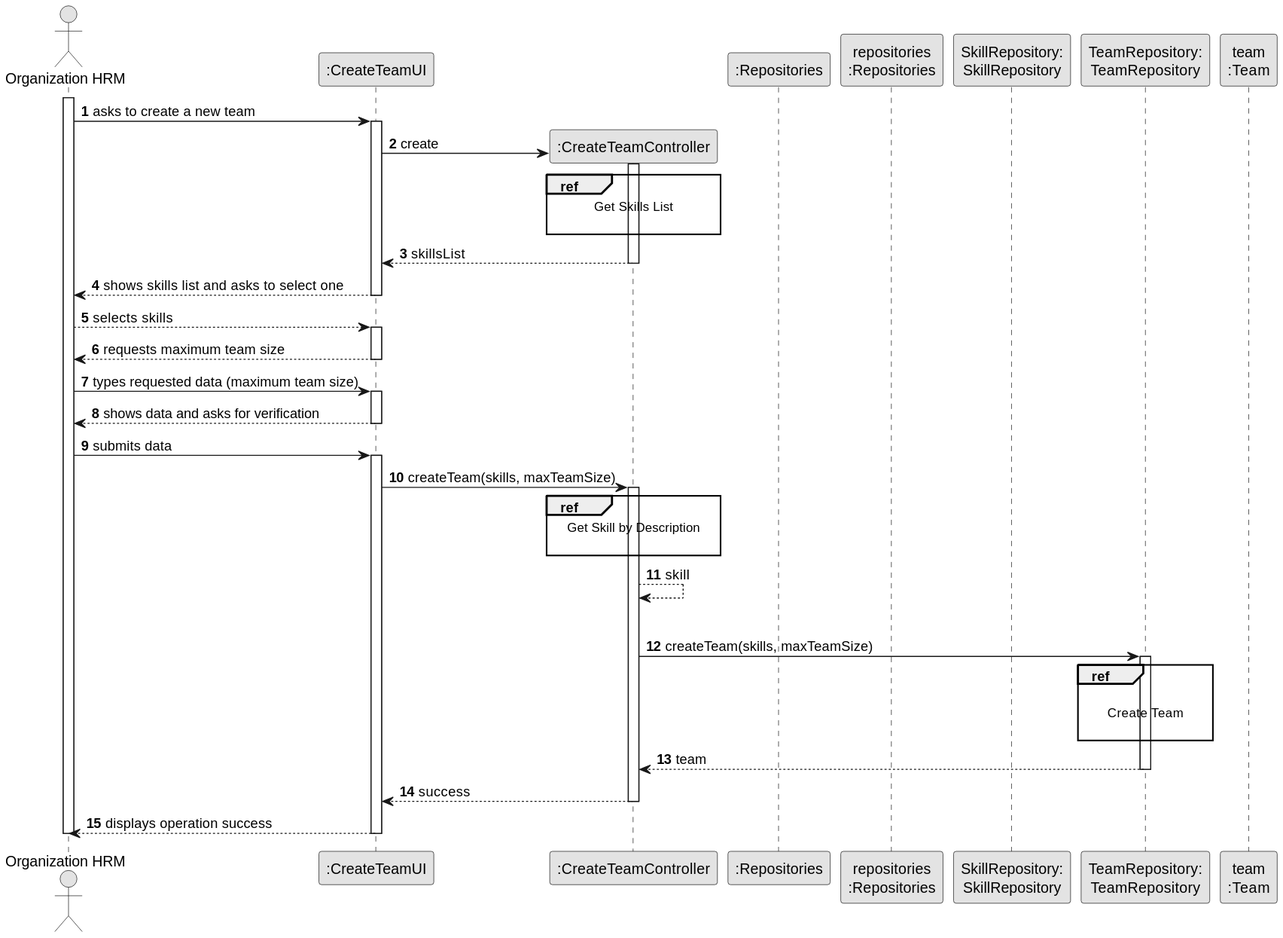
Before: docs/sprintB/us005/03.design/svg/us005-sequence-diagram-split.svg, a diagram exported from PlantUML (ricardomm7/leaflink). Its diagram source:
```plantuml
@startuml
skinparam monochrome true
skinparam packageStyle rectangle
skinparam shadowing false

autonumber

actor "Organization HRM" as ADM
participant ":CreateTeamUI" as UI
participant ":CreateTeamController" as CTRL
participant ":Repositories" as RepositorySingleton
participant "repositories\n:Repositories" as PLAT
participant "SkillRepository:\nSkillRepository" as SkillRepository
participant "TeamRepository:\nTeamRepository" as TeamRepository
participant "team\n:Team" as Team

activate ADM

    ADM -> UI : asks to create a new team
    activate UI

                UI -> CTRL** : create

                activate CTRL

                    ref over CTRL
                                Get Skills List

                            end ref

                    CTRL --> UI : skillsList
                deactivate CTRL

                UI --> ADM : shows skills list and asks to select one
            deactivate UI

        ADM --> UI : selects skills
        activate UI

        UI --> ADM : requests maximum team size
    deactivate UI

    ADM -> UI : types requested data (maximum team size)
    activate UI

        UI --> ADM : shows data and asks for verification
    deactivate UI

    ADM -> UI : submits data
    activate UI

        UI -> CTRL : createTeam(skills, maxTeamSize)
        activate CTRL

            ref over CTRL
                        Get Skill by Description

                    end ref
                    CTRL --> CTRL : skill


            |||
                CTRL -> TeamRepository: createTeam(skills, maxTeamSize)
                activate TeamRepository

                ref over TeamRepository

                            Create Team

                        end ref

            TeamRepository --> CTRL: team
            deactivate TeamRepository

            CTRL --> UI : success
            deactivate CTRL
            UI --> ADM: displays operation success
    deactivate UI

deactivate ADM
@enduml
```
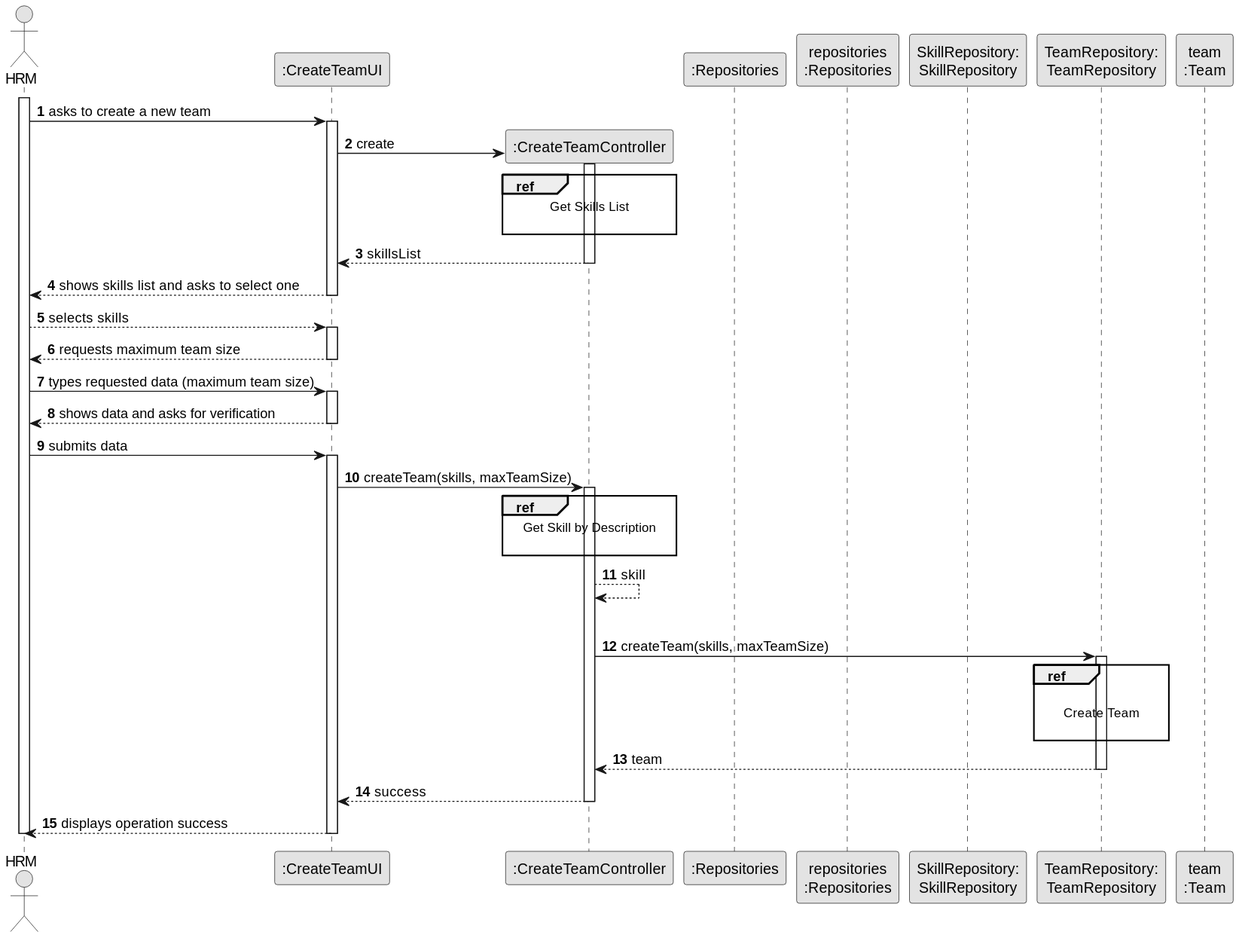
The same file after the commit.

What changed in the source:
```diff
@@ -5,7 +5,7 @@
 
 autonumber
 
-actor "Organization HRM" as ADM
+actor "HRM" as ADM
 participant ":CreateTeamUI" as UI
 participant ":CreateTeamController" as CTRL
 participant ":Repositories" as RepositorySingleton
```
